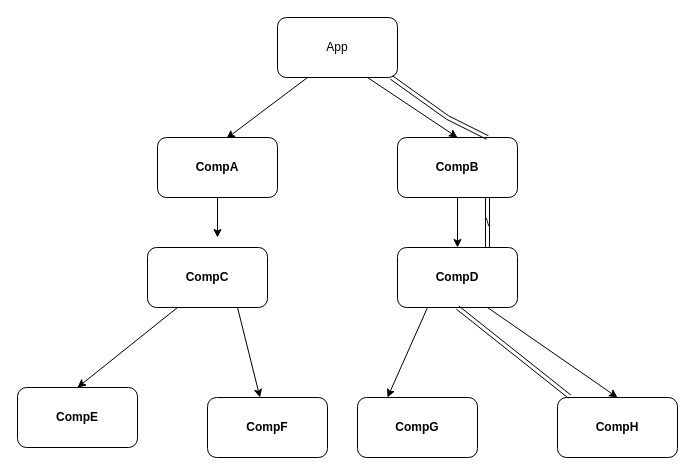
Before: PropsDrilling.drawio in KameshwaranMurugan333/feb-204-react-batch, a draw.io diagram. Source tidied: cells renumbered, new cells numbered last; positions are measured from the earlier drawing's top-left corner, leaving out a move shared by most shapes. Both pictures are drawn from the tidied source at 100%, with x=0, y=0 at pixel (17, 17).
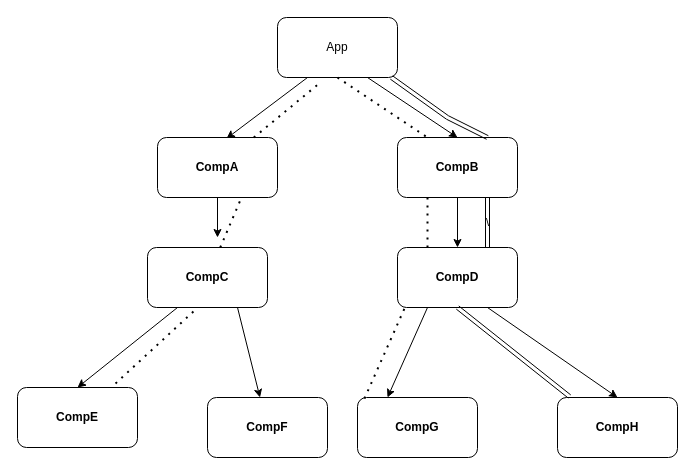
After the change.

Commit message (it also covers changes not shown here):
Render Props - 30-4-2024

Unchanged cells that the change refers to:
```xml
<mxCell id="4" value="App" style="rounded=1;whiteSpace=wrap;html=1;" parent="1" vertex="1">
  <mxGeometry x="260" width="120" height="60" as="geometry" />
</mxCell>
<mxCell id="6" value="CompA" style="rounded=1;whiteSpace=wrap;html=1;fontStyle=1;" parent="1" vertex="1">
  <mxGeometry x="140" y="120" width="120" height="60" as="geometry" />
</mxCell>
<mxCell id="8" value="CompB" style="rounded=1;whiteSpace=wrap;html=1;fontStyle=1;" parent="1" vertex="1">
  <mxGeometry x="380" y="120" width="120" height="60" as="geometry" />
</mxCell>
<mxCell id="11" value="CompC" style="rounded=1;whiteSpace=wrap;html=1;fontStyle=1;" parent="1" vertex="1">
  <mxGeometry x="130" y="230" width="120" height="60" as="geometry" />
</mxCell>
<mxCell id="14" value="CompD" style="rounded=1;whiteSpace=wrap;html=1;fontStyle=1;" parent="1" vertex="1">
  <mxGeometry x="380" y="230" width="120" height="60" as="geometry" />
</mxCell>
<mxCell id="15" value="CompE" style="rounded=1;whiteSpace=wrap;html=1;fontStyle=1;" parent="1" vertex="1">
  <mxGeometry y="370" width="120" height="60" as="geometry" />
</mxCell>
<mxCell id="18" value="CompG" style="rounded=1;whiteSpace=wrap;html=1;fontStyle=1;" parent="1" vertex="1">
  <mxGeometry x="340" y="380" width="120" height="60" as="geometry" />
</mxCell>
```

What changed in the source:
```diff
@@
+    <mxCell id="22" style="endArrow=none;dashed=1;html=1;dashPattern=1 3;strokeWidth=2;entryX=0.25;entryY=0;entryDx=0;entryDy=0;exitX=0.5;exitY=1;exitDx=0;exitDy=0;" parent="1" edge="1" source="4" target="8">
+      <mxGeometry relative="1" as="geometry" />
+    </mxCell>
+    <mxCell id="23" style="endArrow=none;dashed=1;html=1;dashPattern=1 3;strokeWidth=2;entryX=0.058;entryY=1.017;entryDx=0;entryDy=0;entryPerimeter=0;exitX=0.058;exitY=0.017;exitDx=0;exitDy=0;exitPerimeter=0;" parent="1" edge="1" source="18" target="14">
+      <mxGeometry relative="1" as="geometry" />
+    </mxCell>
+    <mxCell id="24" style="endArrow=none;dashed=1;html=1;dashPattern=1 3;strokeWidth=2;entryX=0.25;entryY=0;entryDx=0;entryDy=0;exitX=0.25;exitY=1;exitDx=0;exitDy=0;" parent="1" edge="1" source="8" target="14">
+      <mxGeometry relative="1" as="geometry" />
+    </mxCell>
+    <mxCell id="25" style="endArrow=none;dashed=1;html=1;dashPattern=1 3;strokeWidth=2;entryX=0.367;entryY=1.067;entryDx=0;entryDy=0;entryPerimeter=0;" parent="1" edge="1" source="6" target="4">
+      <mxGeometry relative="1" as="geometry" />
+    </mxCell>
+    <mxCell id="26" style="endArrow=none;dashed=1;html=1;dashPattern=1 3;strokeWidth=2;entryX=0.7;entryY=1;entryDx=0;entryDy=0;entryPerimeter=0;" parent="1" edge="1" source="11" target="6">
+      <mxGeometry relative="1" as="geometry" />
+    </mxCell>
+    <mxCell id="27" style="endArrow=none;dashed=1;html=1;dashPattern=1 3;strokeWidth=2;entryX=0.392;entryY=1.05;entryDx=0;entryDy=0;entryPerimeter=0;exitX=0.817;exitY=-0.067;exitDx=0;exitDy=0;exitPerimeter=0;" parent="1" edge="1" source="15" target="11">
+      <mxGeometry relative="1" as="geometry" />
+    </mxCell>
```
